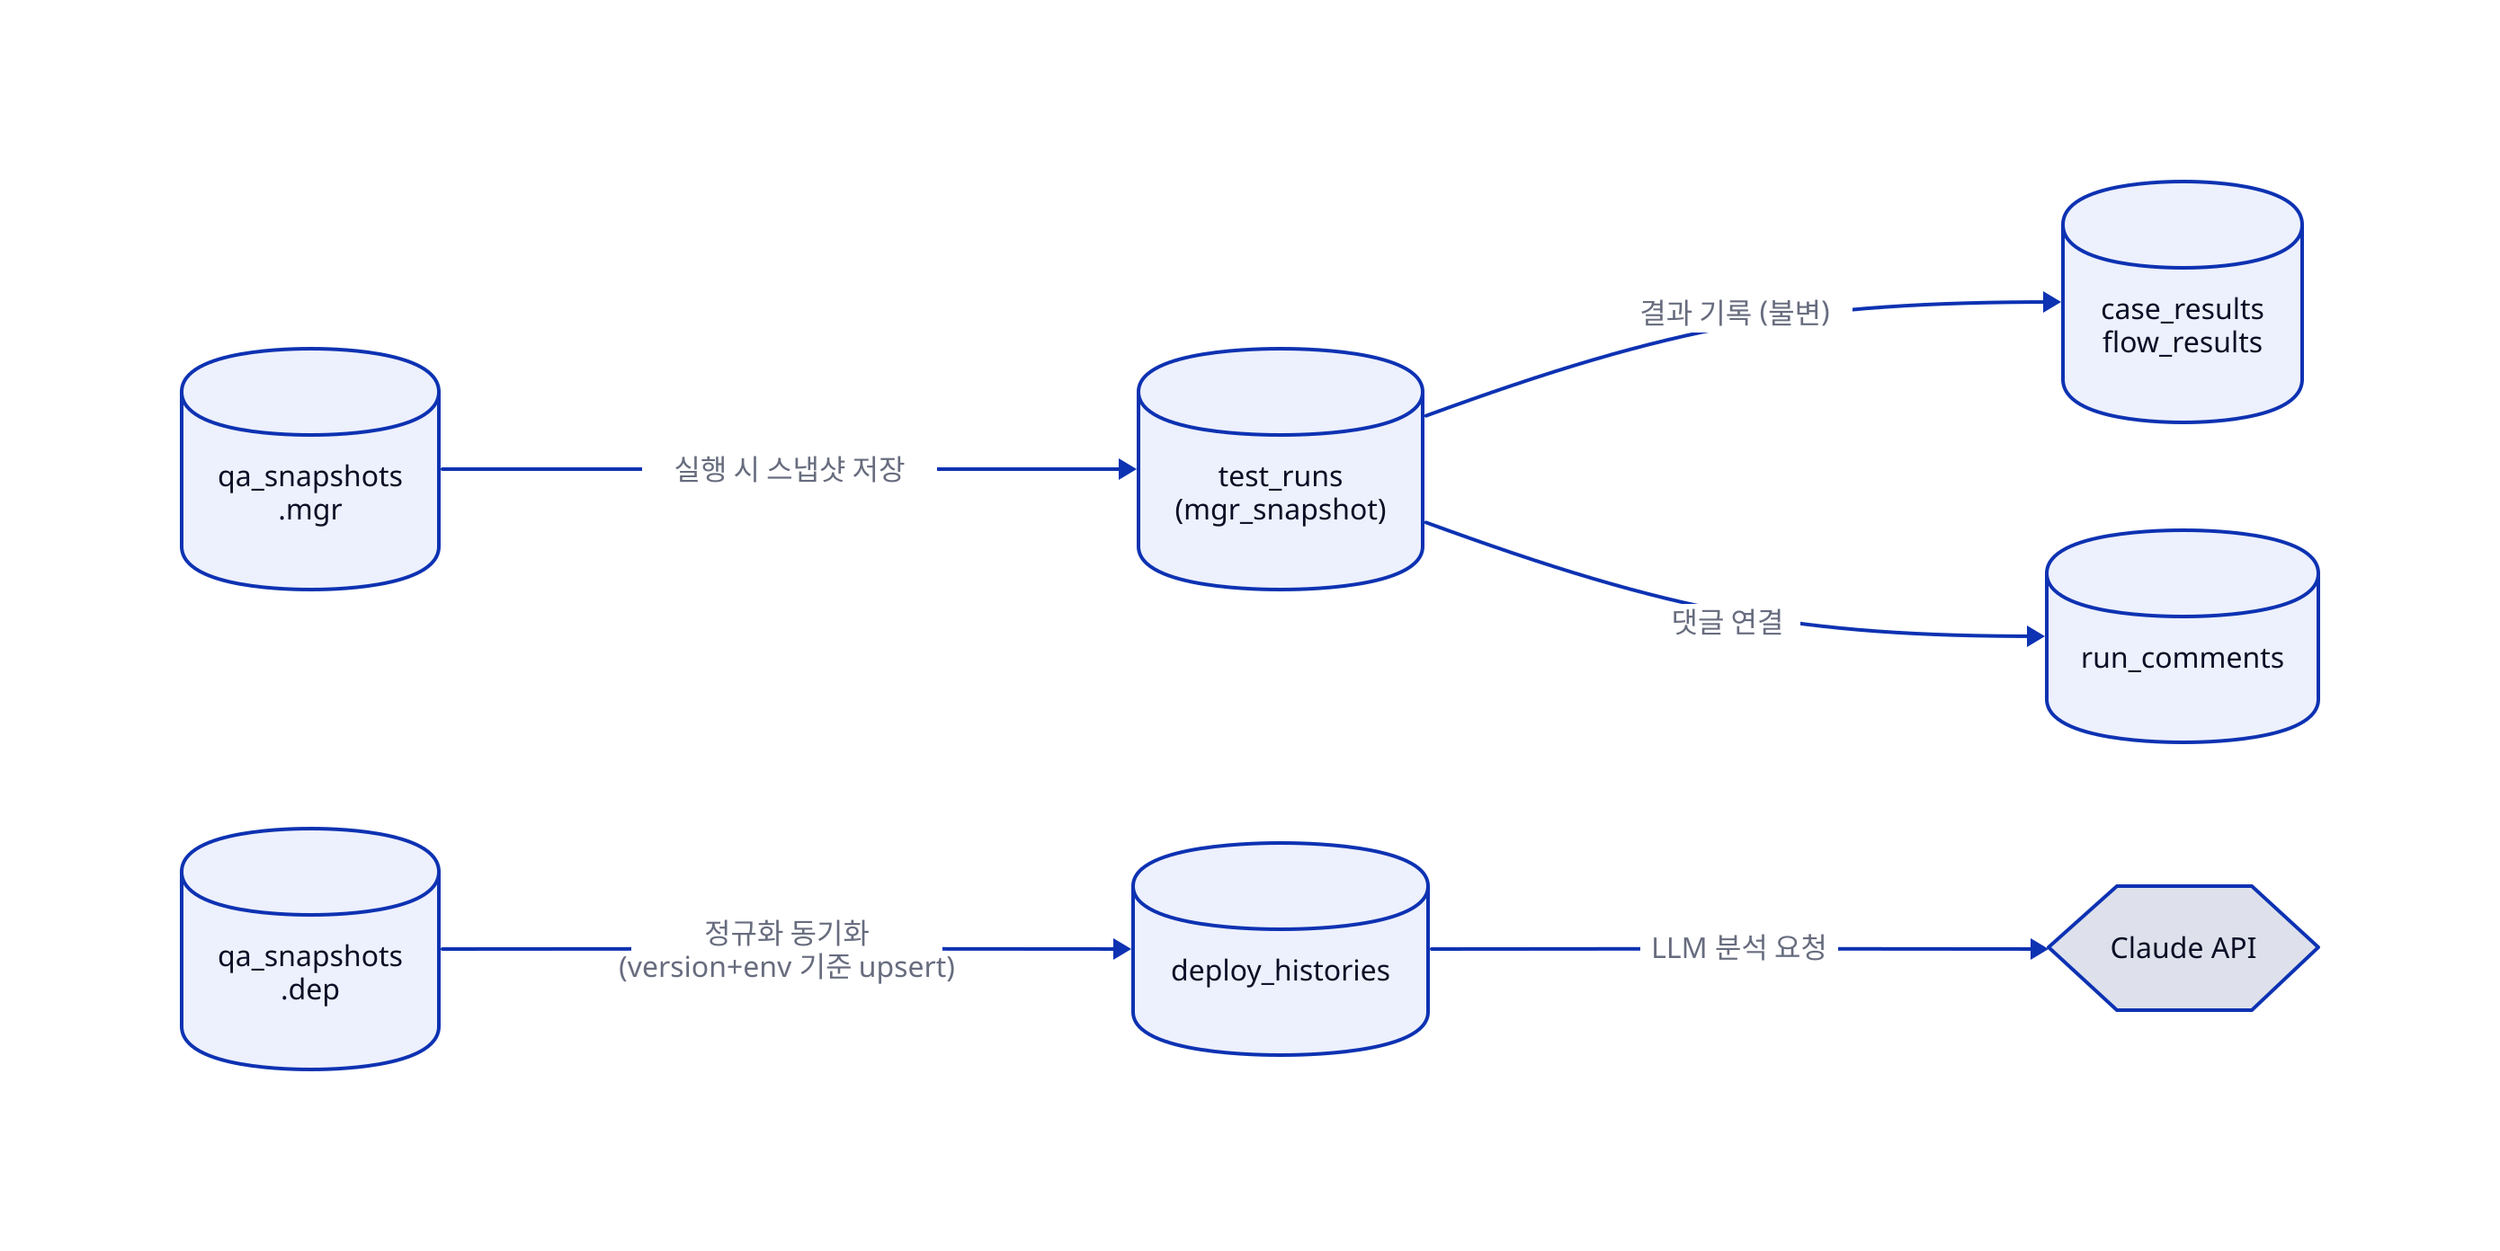
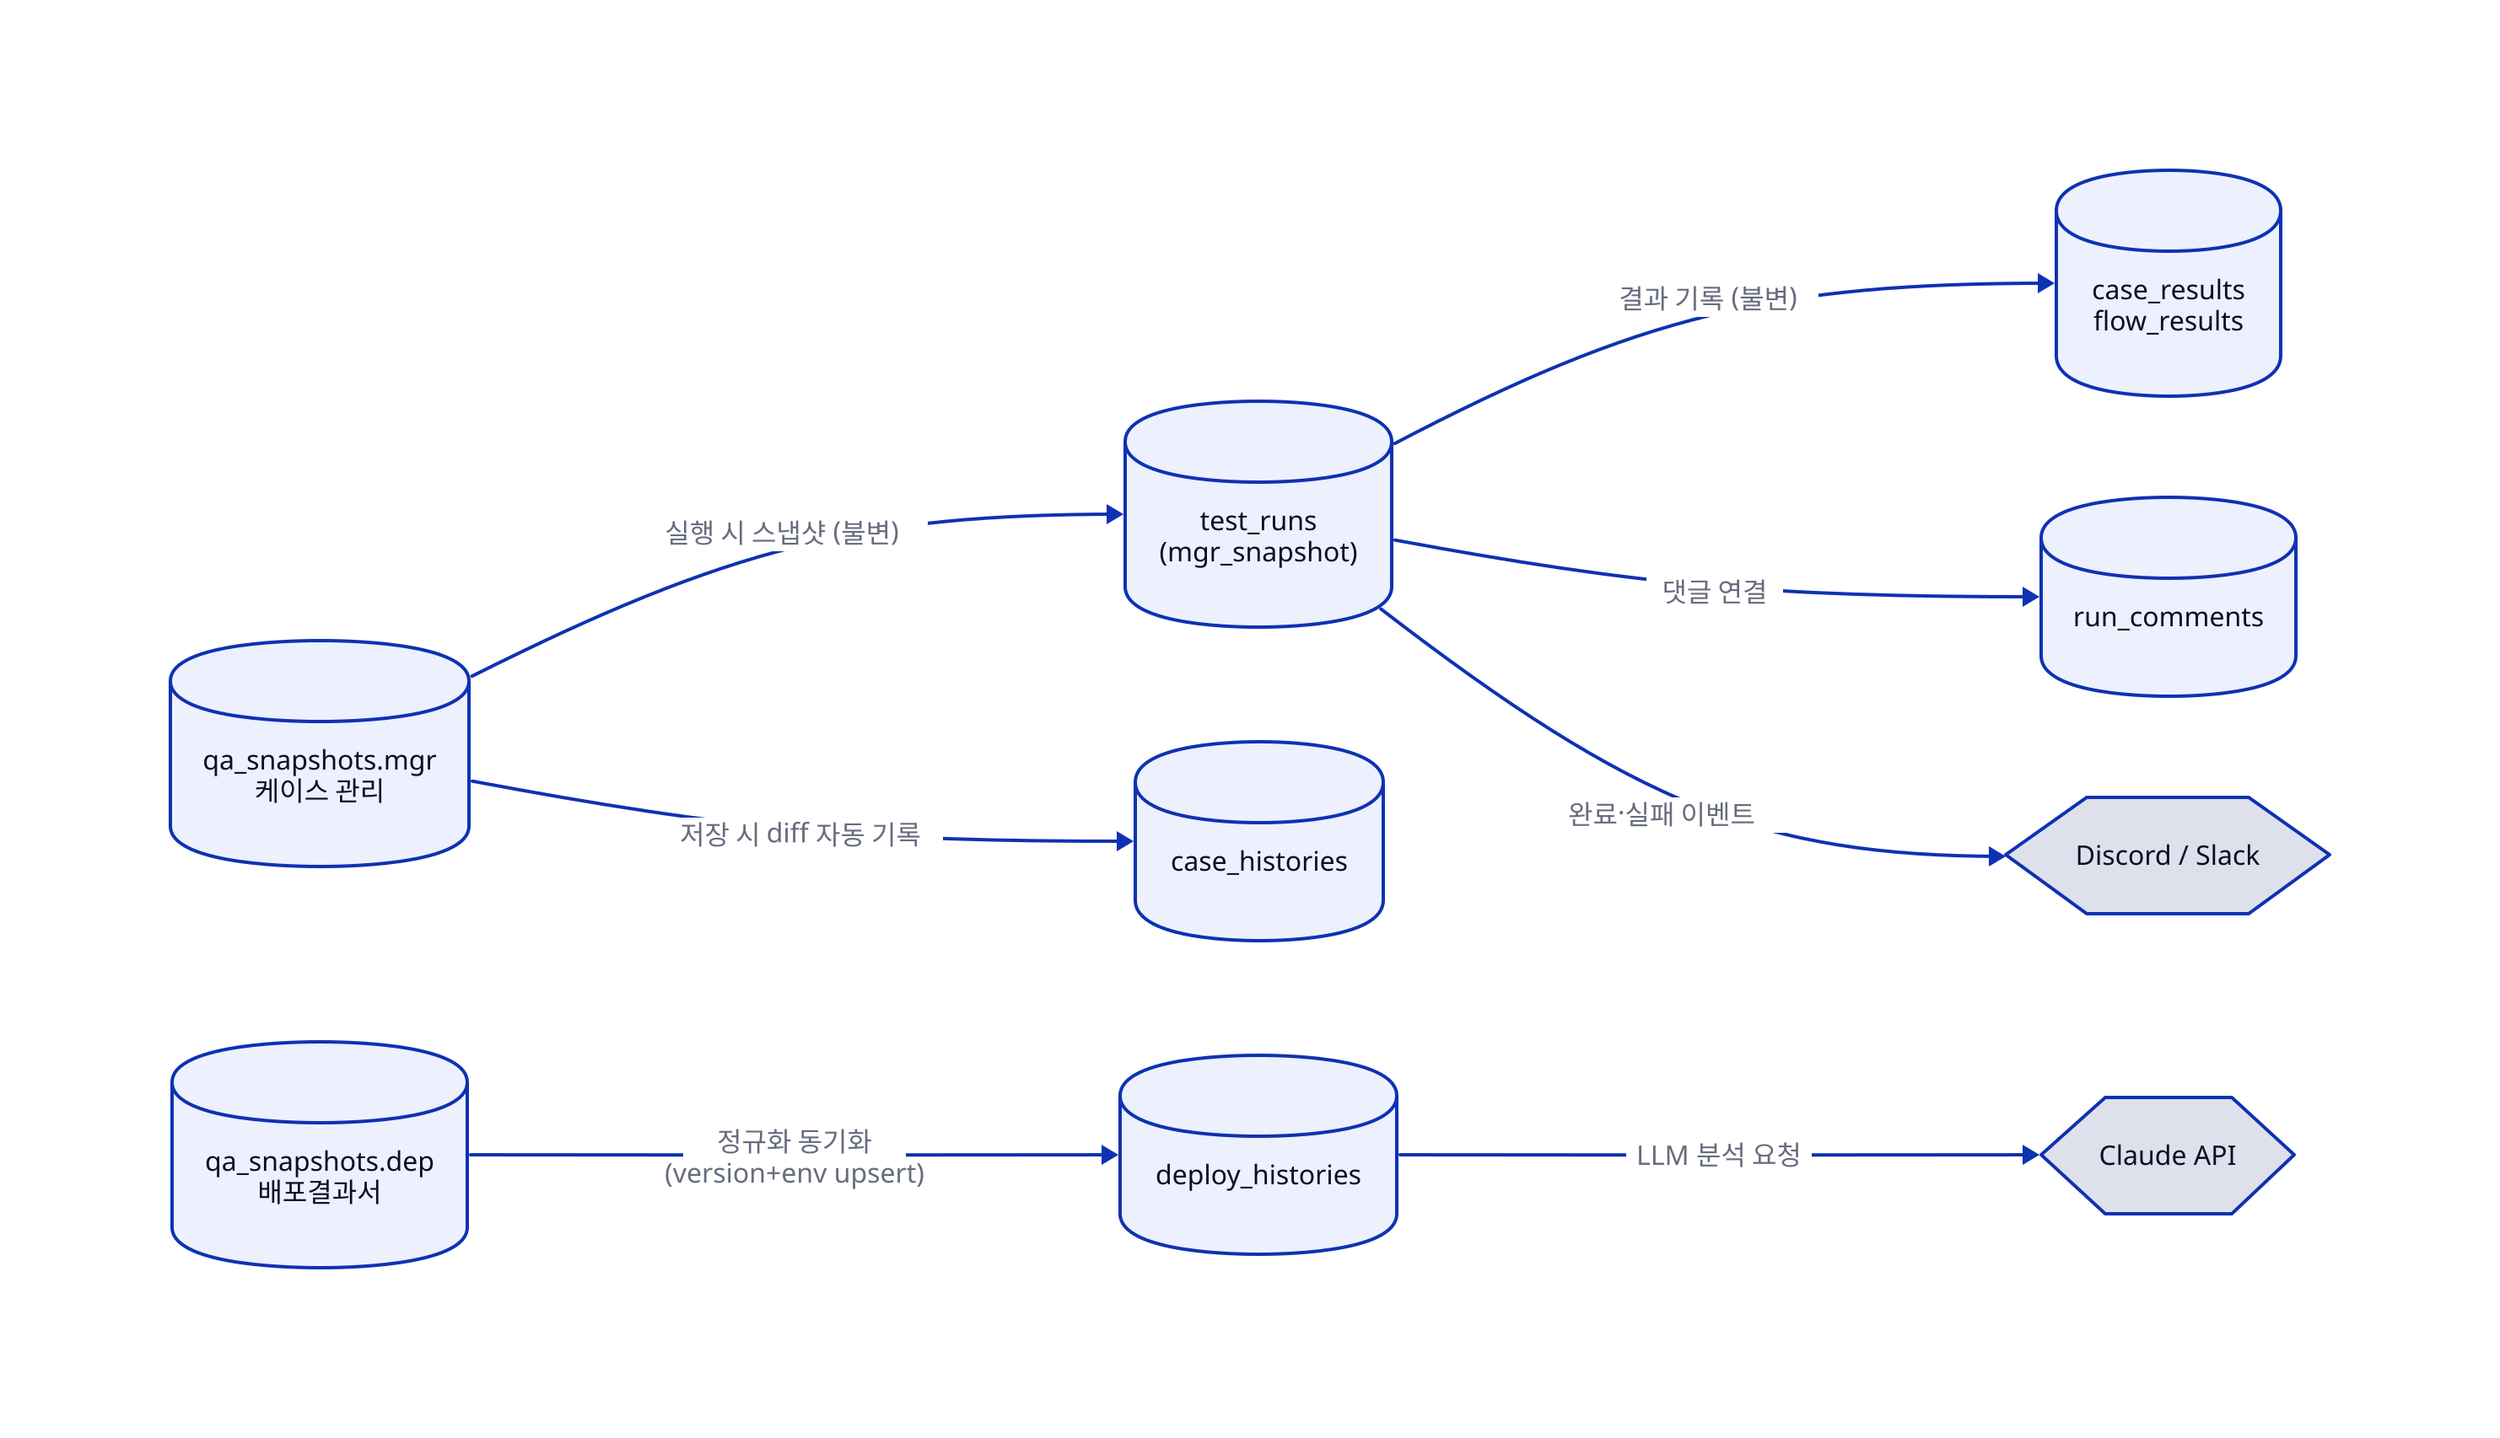
direction: right

- MGR: qa_snapshots\n.mgr {shape: cylinder}
- RUN: test_runs\n(mgr_snapshot) {shape: cylinder}
- CR: case_results\nflow_results {shape: cylinder}
+ MGR: "qa_snapshots.mgr\n케이스 관리" {shape: cylinder}
+ RUN: "test_runs\n(mgr_snapshot)" {shape: cylinder}
+ CR: "case_results\nflow_results" {shape: cylinder}
CMT: run_comments {shape: cylinder}
- DEP: qa_snapshots\n.dep {shape: cylinder}
+ HIST: case_histories {shape: cylinder}
+ DEP: "qa_snapshots.dep\n배포결과서" {shape: cylinder}
DH: deploy_histories {shape: cylinder}
AI: Claude API {shape: hexagon}
+ NOTIF: "Discord / Slack" {shape: hexagon}

- MGR -> RUN: 실행 시 스냅샷 저장
- RUN -> CR: 결과 기록 (불변)
+ MGR -> RUN: "실행 시 스냅샷 (불변)"
+ MGR -> HIST: "저장 시 diff 자동 기록"
+ RUN -> CR: "결과 기록 (불변)"
RUN -> CMT: 댓글 연결
+ RUN -> NOTIF: "완료·실패 이벤트"

- DEP -> DH: 정규화 동기화\n(version+env 기준 upsert)
+ DEP -> DH: "정규화 동기화\n(version+env upsert)"
DH -> AI: LLM 분석 요청
